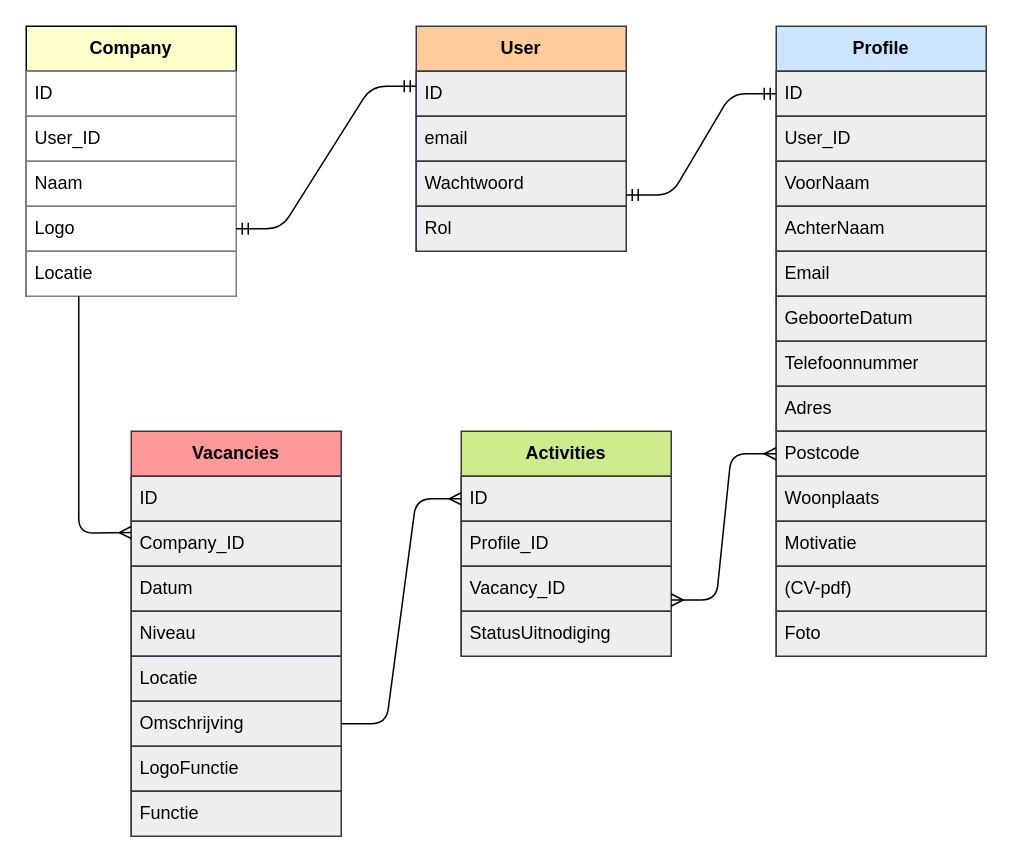
Earlier version of the draw.io diagram documents/erd/VAC-ERD-Uitgewerkt-gegevensmodel-AS-v1.drawio (AaronSaya/educom-symfony-1690191754). Source tidied: cells renumbered, new cells numbered last; positions are measured from the earlier drawing's top-left corner, leaving out a move shared by most shapes. Both pictures are drawn from the tidied source at 150%, with x=0, y=0 at pixel (26, 26).
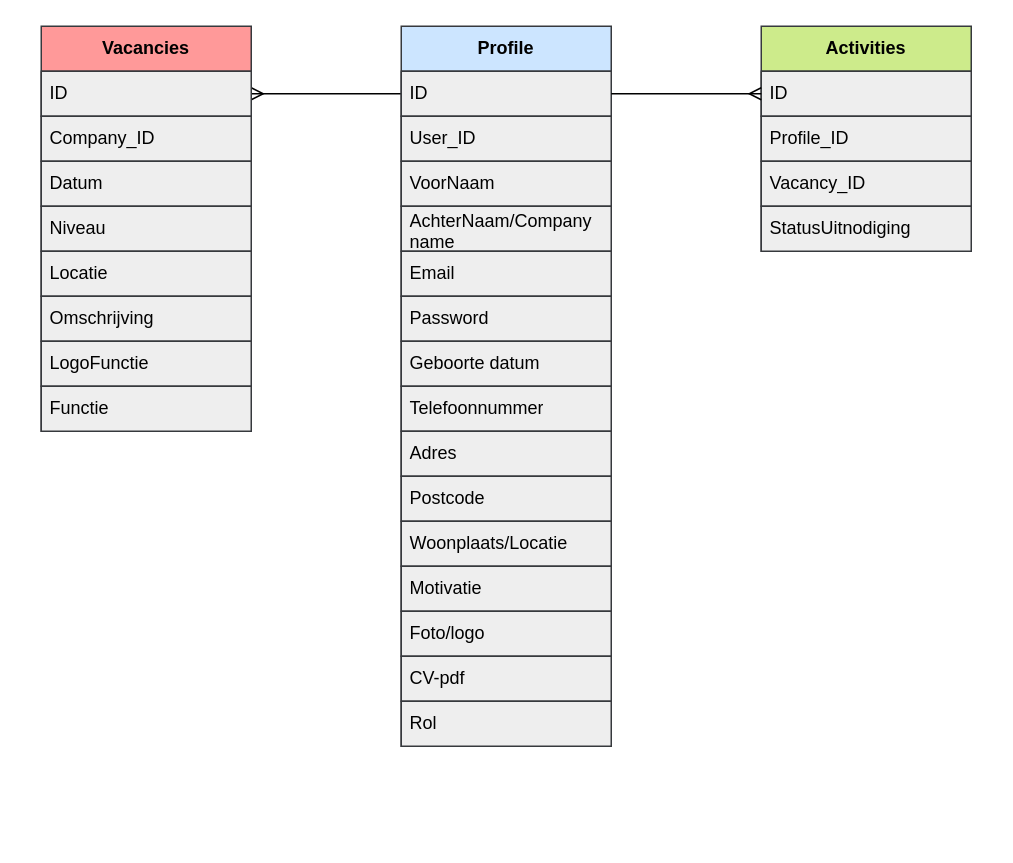
After the change.

Unchanged cells that the change refers to:
```xml
<mxCell id="9" value="ID" style="text;strokeColor=#36393d;fillColor=#eeeeee;align=left;verticalAlign=middle;spacingLeft=4;spacingRight=4;overflow=hidden;points=[[0,0.5],[1,0.5]];portConstraint=eastwest;whiteSpace=wrap;html=1;rounded=0;labelBackgroundColor=none;labelBorderColor=none;fontColor=#000000;" parent="8" vertex="1">
  <mxGeometry y="30" width="140" height="30" as="geometry" />
</mxCell>
<mxCell id="23" value="ID" style="text;strokeColor=#36393d;fillColor=#eeeeee;align=left;verticalAlign=middle;spacingLeft=4;spacingRight=4;overflow=hidden;points=[[0,0.5],[1,0.5]];portConstraint=eastwest;whiteSpace=wrap;html=1;rounded=0;labelBackgroundColor=none;labelBorderColor=none;fontColor=#000000;" parent="22" vertex="1">
  <mxGeometry y="30" width="140" height="30" as="geometry" />
</mxCell>
<mxCell id="28" value="Omschrijving" style="text;strokeColor=#36393d;fillColor=#eeeeee;align=left;verticalAlign=middle;spacingLeft=4;spacingRight=4;overflow=hidden;points=[[0,0.5],[1,0.5]];portConstraint=eastwest;whiteSpace=wrap;html=1;rounded=0;labelBackgroundColor=none;labelBorderColor=none;fontColor=#000000;" parent="22" vertex="1">
  <mxGeometry y="180" width="140" height="30" as="geometry" />
</mxCell>
<mxCell id="32" value="ID" style="text;strokeColor=#36393d;fillColor=#eeeeee;align=left;verticalAlign=middle;spacingLeft=4;spacingRight=4;overflow=hidden;points=[[0,0.5],[1,0.5]];portConstraint=eastwest;whiteSpace=wrap;html=1;rounded=0;labelBackgroundColor=none;labelBorderColor=none;fontColor=#000000;" parent="31" vertex="1">
  <mxGeometry y="30" width="140" height="30" as="geometry" />
</mxCell>
```

What changed in the source:
```diff
@@
-    <mxCell id="2" value="Company" style="swimlane;fontStyle=1;horizontal=1;startSize=30;whiteSpace=wrap;html=1;labelBackgroundColor=none;labelBorderColor=none;fontColor=#000000;rounded=0;arcSize=50;fillColor=#FFFFCC;" parent="1" vertex="1">
-      <mxGeometry width="140" height="180" as="geometry" />
-    </mxCell>
-    <mxCell id="3" value="ID" style="text;strokeColor=#808080;fillColor=#FFFFFF;align=left;verticalAlign=middle;spacingLeft=4;spacingRight=4;overflow=hidden;whiteSpace=wrap;html=1;labelBackgroundColor=none;labelBorderColor=none;rounded=0;fontColor=#000000;" parent="2" vertex="1">
-      <mxGeometry y="30" width="140" height="30" as="geometry" />
-    </mxCell>
-    <mxCell id="4" value="User_ID" style="text;strokeColor=#808080;fillColor=#FFFFFF;align=left;verticalAlign=middle;spacingLeft=4;spacingRight=4;overflow=hidden;whiteSpace=wrap;html=1;labelBackgroundColor=none;labelBorderColor=none;fontColor=#000000;" parent="2" vertex="1">
-      <mxGeometry y="60" width="140" height="30" as="geometry" />
-    </mxCell>
-    <mxCell id="5" value="Naam" style="text;strokeColor=#808080;fillColor=#FFFFFF;align=left;verticalAlign=middle;spacingLeft=4;spacingRight=4;overflow=hidden;whiteSpace=wrap;html=1;labelBackgroundColor=none;labelBorderColor=none;fontColor=#000000;" parent="2" vertex="1">
-      <mxGeometry y="90" width="140" height="30" as="geometry" />
-    </mxCell>
-    <mxCell id="6" value="Logo" style="text;strokeColor=#808080;fillColor=#FFFFFF;align=left;verticalAlign=middle;spacingLeft=4;spacingRight=4;overflow=hidden;whiteSpace=wrap;html=1;labelBackgroundColor=none;labelBorderColor=none;fontColor=#000000;" parent="2" vertex="1">
-      <mxGeometry y="120" width="140" height="30" as="geometry" />
-    </mxCell>
-    <mxCell id="7" value="Locatie" style="text;strokeColor=#808080;fillColor=#FFFFFF;align=left;verticalAlign=middle;spacingLeft=4;spacingRight=4;overflow=hidden;whiteSpace=wrap;html=1;labelBackgroundColor=none;labelBorderColor=none;fontColor=#000000;" parent="2" vertex="1">
-      <mxGeometry y="150" width="140" height="30" as="geometry" />
-    </mxCell>
+    <mxCell id="46" style="edgeStyle=none;html=1;strokeColor=#000000;exitX=0;exitY=0.5;exitDx=0;exitDy=0;endArrow=ERmany;endFill=0;" parent="1" edge="1" source="9" target="23">
+      <mxGeometry relative="1" as="geometry" />
+    </mxCell>
     <mxCell id="8" value="Profile" style="swimlane;fontStyle=1;horizontal=1;startSize=30;whiteSpace=wrap;html=1;rounded=0;labelBackgroundColor=none;labelBorderColor=none;fillColor=#cce5ff;strokeColor=#36393d;fontColor=#000000;" parent="1" vertex="1">
-      <mxGeometry x="500" width="140" height="420" as="geometry" />
+      <mxGeometry x="250" width="140" height="480" as="geometry" />
     </mxCell>
@@
-    <mxCell id="12" value="AchterNaam" style="text;strokeColor=#36393d;fillColor=#eeeeee;align=left;verticalAlign=middle;spacingLeft=4;spacingRight=4;overflow=hidden;whiteSpace=wrap;html=1;rounded=0;labelBackgroundColor=none;labelBorderColor=none;fontColor=#000000;" parent="8" vertex="1">
+    <mxCell id="12" value="AchterNaam/Company name" style="text;strokeColor=#36393d;fillColor=#eeeeee;align=left;verticalAlign=middle;spacingLeft=4;spacingRight=4;overflow=hidden;whiteSpace=wrap;html=1;rounded=0;labelBackgroundColor=none;labelBorderColor=none;fontColor=#000000;" parent="8" vertex="1">
       <mxGeometry y="120" width="140" height="30" as="geometry" />
     </mxCell>
@@
-    <mxCell id="14" value="GeboorteDatum" style="text;strokeColor=#36393d;fillColor=#eeeeee;align=left;verticalAlign=middle;spacingLeft=4;spacingRight=4;overflow=hidden;whiteSpace=wrap;html=1;rounded=0;labelBackgroundColor=none;labelBorderColor=none;fontColor=#000000;" parent="8" vertex="1">
+    <mxCell id="14" value="Password" style="text;strokeColor=#36393d;fillColor=#eeeeee;align=left;verticalAlign=middle;spacingLeft=4;spacingRight=4;overflow=hidden;whiteSpace=wrap;html=1;rounded=0;labelBackgroundColor=none;labelBorderColor=none;fontColor=#000000;" parent="8" vertex="1">
       <mxGeometry y="180" width="140" height="30" as="geometry" />
     </mxCell>
-    <mxCell id="15" value="Telefoonnummer" style="text;strokeColor=#36393d;fillColor=#eeeeee;align=left;verticalAlign=middle;spacingLeft=4;spacingRight=4;overflow=hidden;whiteSpace=wrap;html=1;rounded=0;labelBackgroundColor=none;labelBorderColor=none;fontColor=#000000;" parent="8" vertex="1">
+    <mxCell id="15" value="Geboorte datum" style="text;strokeColor=#36393d;fillColor=#eeeeee;align=left;verticalAlign=middle;spacingLeft=4;spacingRight=4;overflow=hidden;whiteSpace=wrap;html=1;rounded=0;labelBackgroundColor=none;labelBorderColor=none;fontColor=#000000;" parent="8" vertex="1">
       <mxGeometry y="210" width="140" height="30" as="geometry" />
     </mxCell>
-    <mxCell id="16" value="Adres" style="text;strokeColor=#36393d;fillColor=#eeeeee;align=left;verticalAlign=middle;spacingLeft=4;spacingRight=4;overflow=hidden;whiteSpace=wrap;html=1;rounded=0;labelBackgroundColor=none;labelBorderColor=none;fontColor=#000000;" parent="8" vertex="1">
+    <mxCell id="16" value="Telefoonnummer" style="text;strokeColor=#36393d;fillColor=#eeeeee;align=left;verticalAlign=middle;spacingLeft=4;spacingRight=4;overflow=hidden;whiteSpace=wrap;html=1;rounded=0;labelBackgroundColor=none;labelBorderColor=none;fontColor=#000000;" parent="8" vertex="1">
       <mxGeometry y="240" width="140" height="30" as="geometry" />
     </mxCell>
-    <mxCell id="17" value="Postcode" style="text;strokeColor=#36393d;fillColor=#eeeeee;align=left;verticalAlign=middle;spacingLeft=4;spacingRight=4;overflow=hidden;points=[[0,0.5],[1,0.5]];portConstraint=eastwest;whiteSpace=wrap;html=1;rounded=0;labelBackgroundColor=none;labelBorderColor=none;fontColor=#000000;" parent="8" vertex="1">
+    <mxCell id="17" value="Adres" style="text;strokeColor=#36393d;fillColor=#eeeeee;align=left;verticalAlign=middle;spacingLeft=4;spacingRight=4;overflow=hidden;points=[[0,0.5],[1,0.5]];portConstraint=eastwest;whiteSpace=wrap;html=1;rounded=0;labelBackgroundColor=none;labelBorderColor=none;fontColor=#000000;" parent="8" vertex="1">
       <mxGeometry y="270" width="140" height="30" as="geometry" />
     </mxCell>
-    <mxCell id="18" value="Woonplaats" style="text;strokeColor=#36393d;fillColor=#eeeeee;align=left;verticalAlign=middle;spacingLeft=4;spacingRight=4;overflow=hidden;whiteSpace=wrap;html=1;rounded=0;labelBackgroundColor=none;labelBorderColor=none;fontColor=#000000;" parent="8" vertex="1">
+    <mxCell id="18" value="Postcode" style="text;strokeColor=#36393d;fillColor=#eeeeee;align=left;verticalAlign=middle;spacingLeft=4;spacingRight=4;overflow=hidden;whiteSpace=wrap;html=1;rounded=0;labelBackgroundColor=none;labelBorderColor=none;fontColor=#000000;" parent="8" vertex="1">
       <mxGeometry y="300" width="140" height="30" as="geometry" />
     </mxCell>
-    <mxCell id="19" value="Motivatie" style="text;strokeColor=#36393d;fillColor=#eeeeee;align=left;verticalAlign=middle;spacingLeft=4;spacingRight=4;overflow=hidden;whiteSpace=wrap;html=1;rounded=0;labelBackgroundColor=none;labelBorderColor=none;fontColor=#000000;" parent="8" vertex="1">
+    <mxCell id="19" value="Woonplaats/Locatie" style="text;strokeColor=#36393d;fillColor=#eeeeee;align=left;verticalAlign=middle;spacingLeft=4;spacingRight=4;overflow=hidden;whiteSpace=wrap;html=1;rounded=0;labelBackgroundColor=none;labelBorderColor=none;fontColor=#000000;" parent="8" vertex="1">
       <mxGeometry y="330" width="140" height="30" as="geometry" />
     </mxCell>
-    <mxCell id="20" value="(CV-pdf)" style="text;strokeColor=#36393d;fillColor=#eeeeee;align=left;verticalAlign=middle;spacingLeft=4;spacingRight=4;overflow=hidden;whiteSpace=wrap;html=1;rounded=0;labelBackgroundColor=none;labelBorderColor=none;fontColor=#000000;" parent="8" vertex="1">
+    <mxCell id="20" value="Motivatie" style="text;strokeColor=#36393d;fillColor=#eeeeee;align=left;verticalAlign=middle;spacingLeft=4;spacingRight=4;overflow=hidden;whiteSpace=wrap;html=1;rounded=0;labelBackgroundColor=none;labelBorderColor=none;fontColor=#000000;" parent="8" vertex="1">
       <mxGeometry y="360" width="140" height="30" as="geometry" />
     </mxCell>
-    <mxCell id="21" value="Foto" style="text;strokeColor=#36393d;fillColor=#eeeeee;align=left;verticalAlign=middle;spacingLeft=4;spacingRight=4;overflow=hidden;whiteSpace=wrap;html=1;rounded=0;labelBackgroundColor=none;labelBorderColor=none;fontColor=#000000;" parent="8" vertex="1">
+    <mxCell id="21" value="Foto/logo" style="text;strokeColor=#36393d;fillColor=#eeeeee;align=left;verticalAlign=middle;spacingLeft=4;spacingRight=4;overflow=hidden;whiteSpace=wrap;html=1;rounded=0;labelBackgroundColor=none;labelBorderColor=none;fontColor=#000000;" parent="8" vertex="1">
       <mxGeometry y="390" width="140" height="30" as="geometry" />
     </mxCell>
+    <mxCell id="47" value="CV-pdf" style="text;strokeColor=#36393d;fillColor=#eeeeee;align=left;verticalAlign=middle;spacingLeft=4;spacingRight=4;overflow=hidden;whiteSpace=wrap;html=1;rounded=0;labelBackgroundColor=none;labelBorderColor=none;fontColor=#000000;" parent="8" vertex="1">
+      <mxGeometry y="420" width="140" height="30" as="geometry" />
+    </mxCell>
+    <mxCell id="40" value="Rol" style="text;strokeColor=#36393d;fillColor=#eeeeee;align=left;verticalAlign=middle;spacingLeft=4;spacingRight=4;overflow=hidden;whiteSpace=wrap;html=1;rounded=0;labelBackgroundColor=none;labelBorderColor=none;fontColor=#000000;" parent="8" vertex="1">
+      <mxGeometry y="450" width="140" height="30" as="geometry" />
+    </mxCell>
     <mxCell id="22" value="Vacancies" style="swimlane;fontStyle=1;horizontal=1;startSize=30;whiteSpace=wrap;html=1;rounded=0;labelBackgroundColor=none;labelBorderColor=none;fillColor=#FF9999;strokeColor=#36393d;fontColor=#000000;" parent="1" vertex="1">
-      <mxGeometry x="70" y="270" width="140" height="270" as="geometry" />
+      <mxGeometry x="10" width="140" height="270" as="geometry" />
     </mxCell>
@@
     <mxCell id="31" value="Activities" style="swimlane;fontStyle=1;horizontal=1;startSize=30;whiteSpace=wrap;html=1;rounded=0;labelBackgroundColor=none;labelBorderColor=none;fillColor=#cdeb8b;strokeColor=#36393d;fontColor=#000000;" parent="1" vertex="1">
-      <mxGeometry x="290" y="270" width="140" height="150" as="geometry" />
+      <mxGeometry x="490" width="140" height="150" as="geometry" />
     </mxCell>
@@
-    <mxCell id="36" value="User" style="swimlane;fontStyle=1;horizontal=1;startSize=30;whiteSpace=wrap;html=1;rounded=0;labelBackgroundColor=none;labelBorderColor=none;fillColor=#FFCC99;strokeColor=#36393d;fontColor=#000000;" parent="1" vertex="1">
-      <mxGeometry x="260" width="140" height="150" as="geometry" />
-    </mxCell>
-    <mxCell id="37" value="ID" style="text;strokeColor=#36393d;fillColor=#eeeeee;align=left;verticalAlign=middle;spacingLeft=4;spacingRight=4;overflow=hidden;whiteSpace=wrap;html=1;rounded=0;labelBackgroundColor=none;labelBorderColor=none;fontColor=#000000;" parent="36" vertex="1">
-      <mxGeometry y="30" width="140" height="30" as="geometry" />
-    </mxCell>
-    <mxCell id="38" value="email" style="text;strokeColor=#36393d;fillColor=#eeeeee;align=left;verticalAlign=middle;spacingLeft=4;spacingRight=4;overflow=hidden;whiteSpace=wrap;html=1;rounded=0;labelBackgroundColor=none;labelBorderColor=none;fontColor=#000000;" parent="36" vertex="1">
-      <mxGeometry y="60" width="140" height="30" as="geometry" />
-    </mxCell>
-    <mxCell id="39" value="Wachtwoord" style="text;strokeColor=#36393d;fillColor=#eeeeee;align=left;verticalAlign=middle;spacingLeft=4;spacingRight=4;overflow=hidden;whiteSpace=wrap;html=1;rounded=0;labelBackgroundColor=none;labelBorderColor=none;fontColor=#000000;" parent="36" vertex="1">
-      <mxGeometry y="90" width="140" height="30" as="geometry" />
-    </mxCell>
-    <mxCell id="40" value="Rol" style="text;strokeColor=#36393d;fillColor=#eeeeee;align=left;verticalAlign=middle;spacingLeft=4;spacingRight=4;overflow=hidden;whiteSpace=wrap;html=1;rounded=0;labelBackgroundColor=none;labelBorderColor=none;fontColor=#000000;" parent="36" vertex="1">
-      <mxGeometry y="120" width="140" height="30" as="geometry" />
-    </mxCell>
-    <mxCell id="41" style="edgeStyle=entityRelationEdgeStyle;fontSize=12;html=1;endArrow=ERmandOne;startArrow=ERmandOne;exitX=1;exitY=0.75;exitDx=0;exitDy=0;" parent="1" edge="1" source="2">
-      <mxGeometry relative="1" as="geometry">
-        <mxPoint x="260" y="40" as="targetPoint" />
-      </mxGeometry>
-    </mxCell>
-    <mxCell id="42" style="edgeStyle=entityRelationEdgeStyle;fontSize=12;html=1;endArrow=ERmandOne;startArrow=ERmandOne;entryX=0;entryY=0.5;entryDx=0;entryDy=0;exitX=1;exitY=0.75;exitDx=0;exitDy=0;" parent="1" edge="1" source="36" target="9">
-      <mxGeometry relative="1" as="geometry" />
-    </mxCell>
-    <mxCell id="43" style="fontSize=12;html=1;endArrow=ERmany;entryX=0;entryY=0.25;entryDx=0;entryDy=0;rounded=1;exitX=0.25;exitY=1;exitDx=0;exitDy=0;" parent="1" edge="1" source="2" target="22">
-      <mxGeometry relative="1" as="geometry">
-        <Array as="points">
-          <mxPoint x="35" y="338" />
-        </Array>
-      </mxGeometry>
-    </mxCell>
-    <mxCell id="44" style="edgeStyle=entityRelationEdgeStyle;fontSize=12;html=1;endArrow=ERmany;rounded=1;exitX=1;exitY=0.5;exitDx=0;exitDy=0;entryX=0;entryY=0.5;entryDx=0;entryDy=0;" parent="1" edge="1" source="28" target="32">
-      <mxGeometry relative="1" as="geometry" />
-    </mxCell>
-    <mxCell id="45" style="edgeStyle=entityRelationEdgeStyle;fontSize=12;html=1;endArrow=ERmany;rounded=1;entryX=0;entryY=0.5;entryDx=0;entryDy=0;exitX=1;exitY=0.75;exitDx=0;exitDy=0;startArrow=ERmany;startFill=0;" parent="1" edge="1" source="31" target="17">
-      <mxGeometry relative="1" as="geometry" />
-    </mxCell>
+    <mxCell id="48" style="edgeStyle=none;html=1;strokeColor=#000000;endArrow=ERmany;endFill=0;" parent="1" edge="1" source="9" target="32">
+      <mxGeometry relative="1" as="geometry" />
+    </mxCell>
```
